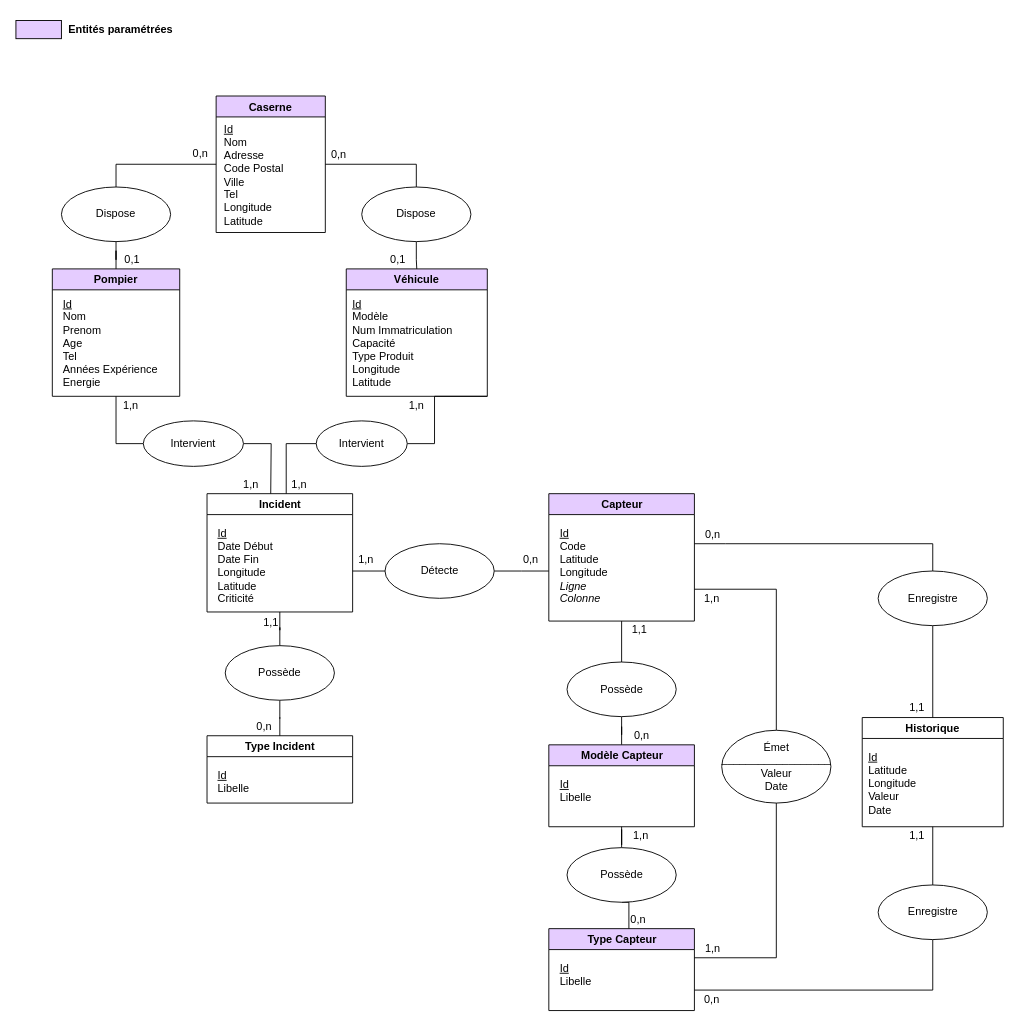
Above: Conception/MCD Emergency.drawio in GOROVSKY/projet-scientifique (draw.io), before the change. Source tidied: cells renumbered, new cells numbered last; positions are measured from the earlier drawing's top-left corner, leaving out a move shared by most shapes. Both pictures are drawn from the tidied source at 91%, with x=0, y=0 at pixel (15, 15).
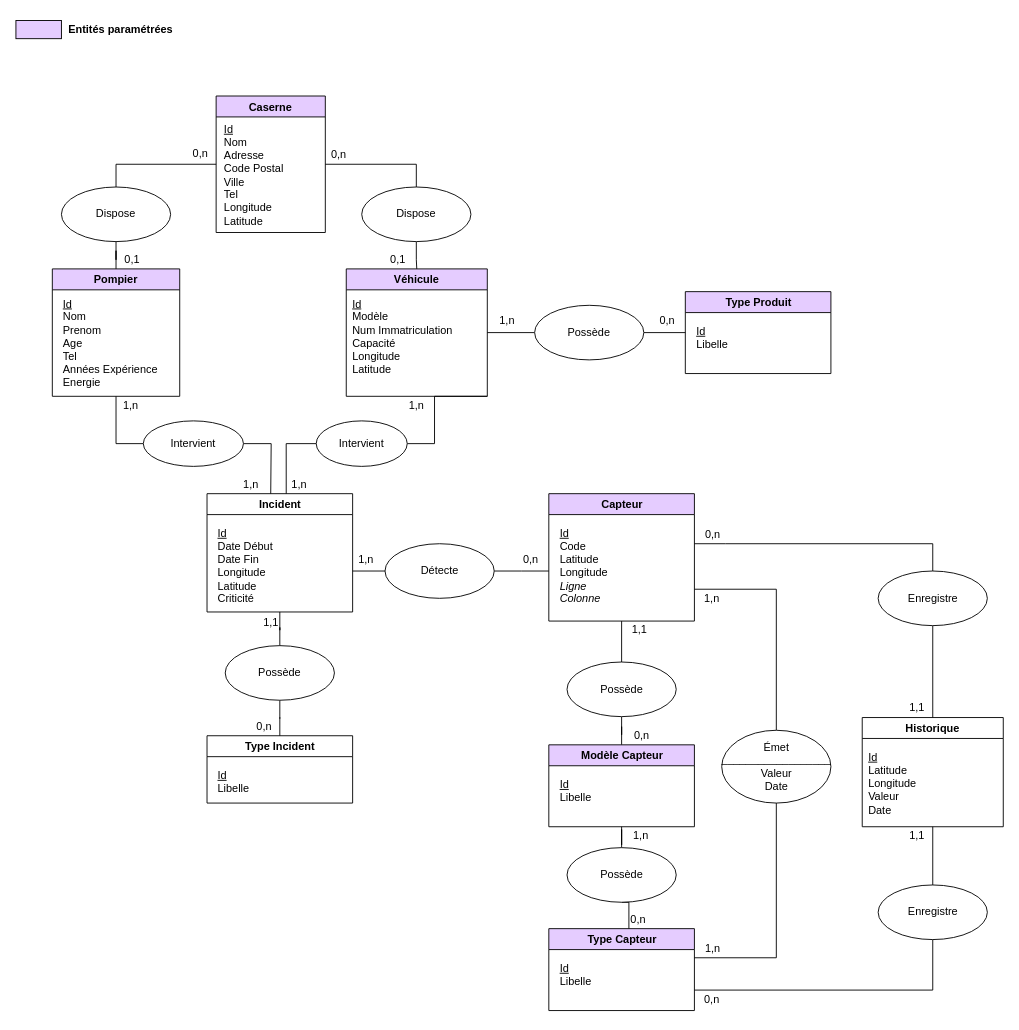
Above is the later version.

Commit message (it also covers changes not shown here):
Type produit added MCD/MLD

Unchanged cells that the change refers to:
```xml
<mxCell id="5" value="Véhicule" style="swimlane;startSize=23;fillColor=#E5CCFF;" parent="1" vertex="1">
  <mxGeometry x="363" y="278" width="155" height="140" as="geometry" />
</mxCell>
```

Change to the diagram source:
```diff
@@
-    <mxCell id="6" value="&lt;div align=&quot;left&quot;&gt;&lt;u&gt;Id&lt;/u&gt;&lt;/div&gt;&lt;div align=&quot;left&quot;&gt;Modèle&lt;/div&gt;&lt;div align=&quot;left&quot;&gt;Num Immatriculation&lt;/div&gt;&lt;div align=&quot;left&quot;&gt;Capacité&lt;/div&gt;&lt;div align=&quot;left&quot;&gt;Type Produit&lt;/div&gt;&lt;div align=&quot;left&quot;&gt;Longitude&lt;/div&gt;&lt;div align=&quot;left&quot;&gt;Latitude&lt;/div&gt;&lt;div align=&quot;left&quot;&gt;&lt;br&gt;&lt;/div&gt;" style="text;html=1;align=left;verticalAlign=top;strokeColor=none;fillColor=none;" parent="5" vertex="1">
-      <mxGeometry x="5" y="25" width="120" height="120" as="geometry" />
+    <mxCell id="6" value="&lt;div align=&quot;left&quot;&gt;&lt;u&gt;Id&lt;/u&gt;&lt;/div&gt;&lt;div align=&quot;left&quot;&gt;Modèle&lt;/div&gt;&lt;div align=&quot;left&quot;&gt;Num Immatriculation&lt;/div&gt;&lt;div align=&quot;left&quot;&gt;Capacité&lt;/div&gt;&lt;div align=&quot;left&quot;&gt;Longitude&lt;/div&gt;&lt;div align=&quot;left&quot;&gt;Latitude&lt;/div&gt;&lt;div align=&quot;left&quot;&gt;&lt;br&gt;&lt;/div&gt;" style="text;html=1;align=left;verticalAlign=top;strokeColor=none;fillColor=none;" parent="5" vertex="1">
+      <mxGeometry x="5" y="25" width="120" height="100" as="geometry" />
     </mxCell>
@@
+    <mxCell id="77" value="Type Produit" style="swimlane;fontFamily=Helvetica;fontSize=12;fontColor=default;fillColor=#E5CCFF;gradientColor=none;html=1;" parent="1" vertex="1">
+      <mxGeometry x="735.6" y="303" width="160" height="90" as="geometry" />
+    </mxCell>
+    <mxCell id="78" value="&lt;div align=&quot;left&quot;&gt;&lt;u&gt;Id&lt;/u&gt;&lt;/div&gt;Libelle&lt;br&gt;&lt;div&gt;&lt;br&gt;&lt;/div&gt;&lt;div&gt;&lt;br&gt;&lt;/div&gt;" style="text;html=1;align=left;verticalAlign=top;strokeColor=none;fillColor=none;" parent="77" vertex="1">
+      <mxGeometry x="10" y="30" width="50" height="60" as="geometry" />
+    </mxCell>
+    <mxCell id="79" style="edgeStyle=orthogonalEdgeStyle;rounded=0;jettySize=auto;html=1;endArrow=none;endFill=0;" parent="1" edge="1" source="81" target="77">
+      <mxGeometry relative="1" as="geometry" />
+    </mxCell>
+    <mxCell id="80" style="edgeStyle=orthogonalEdgeStyle;rounded=0;jettySize=auto;html=1;endArrow=none;endFill=0;" parent="1" edge="1" source="81" target="5">
+      <mxGeometry relative="1" as="geometry" />
+    </mxCell>
+    <mxCell id="81" value="Possède" style="ellipse;whiteSpace=wrap;html=1;" parent="1" vertex="1">
+      <mxGeometry x="570" y="318" width="120" height="60" as="geometry" />
+    </mxCell>
+    <mxCell id="82" value="1,n" style="text;html=1;strokeColor=none;fillColor=none;align=center;verticalAlign=middle;whiteSpace=wrap;rounded=0;fontFamily=Helvetica;fontSize=12;fontColor=default;" parent="1" vertex="1">
+      <mxGeometry x="520" y="325" width="40" height="20" as="geometry" />
+    </mxCell>
+    <mxCell id="83" value="0,n" style="text;html=1;strokeColor=none;fillColor=none;align=center;verticalAlign=middle;whiteSpace=wrap;rounded=0;fontFamily=Helvetica;fontSize=12;fontColor=default;" parent="1" vertex="1">
+      <mxGeometry x="695.6" y="325" width="40" height="20" as="geometry" />
+    </mxCell>
```
